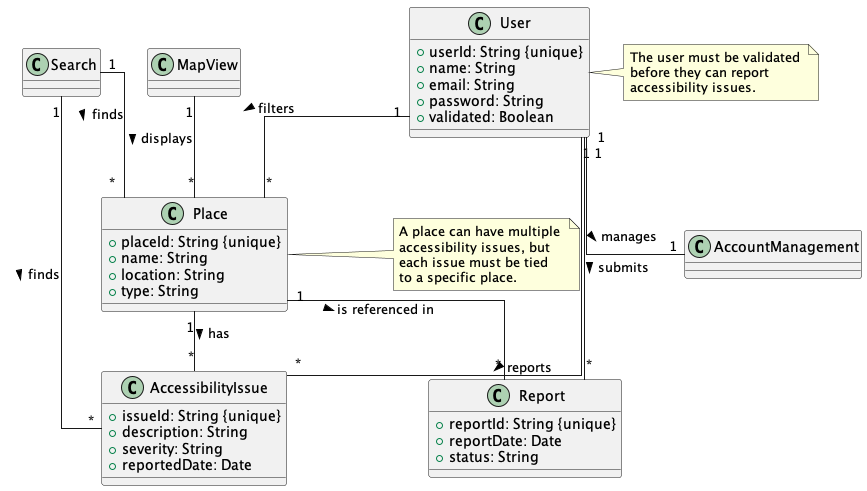
The PlantUML diagram docs/images/domainModel/domainModel.png in simaopsbarbosa/Inclui, before a commit. Its diagram source:
```plantuml
@startuml domainModel

skinparam linetype polyline
skinparam linetype ortho

class User {
    +userId: String {unique}
    +name: String
    +email: String
    +password: String
    +validated: Boolean
}

class Place {
    +placeId: String {unique}
    +name: String
    +location: String
    +type: String
}

class AccessibilityIssue {
    +issueId: String {unique}
    +description: String
    +severity: String
    +reportedDate: Date
}

class Report {
    +reportId: String {unique}
    +reportDate: Date
    +status: String
}

class MapView {
}

class Search {
}

class AccountManagement {
}

User "1" -- "*" Report : submits >
User "1" -- "*" AccessibilityIssue : reports >
User "1" -- "*" Place : filters >
User "1" -- "1" AccountManagement : manages >

Place "1" -- "*" AccessibilityIssue : has >
Place "1" -- "*" Report : is referenced in >

MapView "1" -- "*" Place : displays >
Search "1" -- "*" Place : finds >
Search "1" -- "*" AccessibilityIssue : finds >

note right of User
The user must be validated
before they can report
accessibility issues.
end note

note right of Place
A place can have multiple
accessibility issues, but
each issue must be tied
to a specific place.
end note

@enduml
```
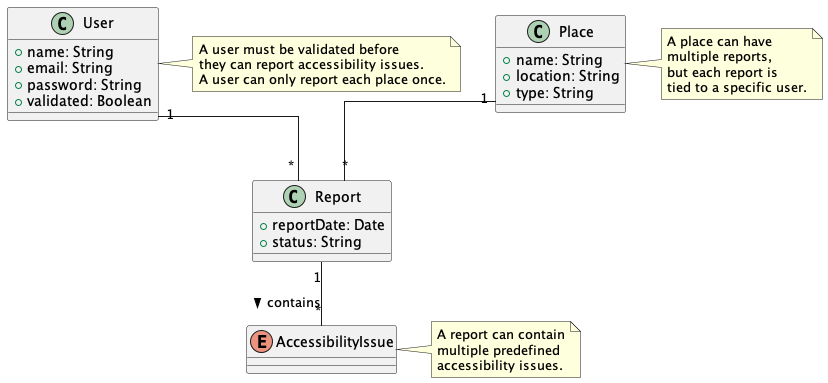
The same diagram one commit later.

Diff of the diagram source:
```diff
@@ -4,7 +4,6 @@
 skinparam linetype ortho
 
 class User {
-    +userId: String {unique}
     +name: String
     +email: String
     +password: String
@@ -12,57 +11,41 @@
 }
 
 class Place {
-    +placeId: String {unique}
     +name: String
     +location: String
     +type: String
 }
 
-class AccessibilityIssue {
-    +issueId: String {unique}
-    +description: String
-    +severity: String
-    +reportedDate: Date
+enum AccessibilityIssue {
 }
 
 class Report {
-    +reportId: String {unique}
     +reportDate: Date
     +status: String
 }
 
-class MapView {
-}
+User "1" -- "*" Report
+Place "1" -- "*" Report
 
-class Search {
-}
-
-class AccountManagement {
-}
-
-User "1" -- "*" Report : submits >
-User "1" -- "*" AccessibilityIssue : reports >
-User "1" -- "*" Place : filters >
-User "1" -- "1" AccountManagement : manages >
-
-Place "1" -- "*" AccessibilityIssue : has >
-Place "1" -- "*" Report : is referenced in >
-
-MapView "1" -- "*" Place : displays >
-Search "1" -- "*" Place : finds >
-Search "1" -- "*" AccessibilityIssue : finds >
+Report "1" -- "*" AccessibilityIssue : contains >
 
 note right of User
-The user must be validated
-before they can report
+A user must be validated before
+they can report accessibility issues.
+A user can only report each place once.
+end note
+
+note right of Place
+A place can have
+multiple reports,
+but each report is
+tied to a specific user.
+end note
+
+note right of AccessibilityIssue
+A report can contain
+multiple predefined
 accessibility issues.
 end note
 
-note right of Place
-A place can have multiple
-accessibility issues, but
-each issue must be tied
-to a specific place.
-end note
-
 @enduml
```
